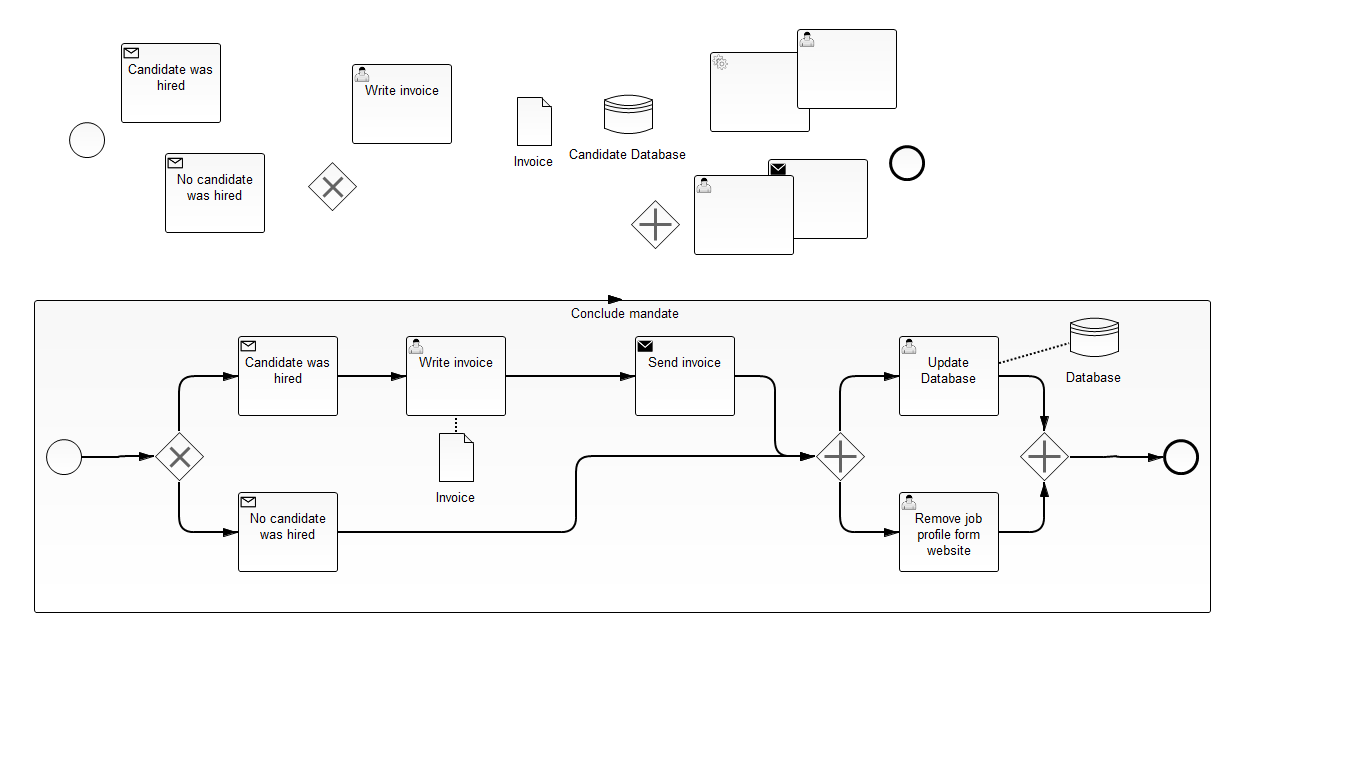
Above: src/main/resources/conclude_mandate.png in SandraLe/WEPLACM (BPMN), before the change. Its source is kept beside it as src/main/resources/conclude_mandate.bpmn. Ids are renumbered.
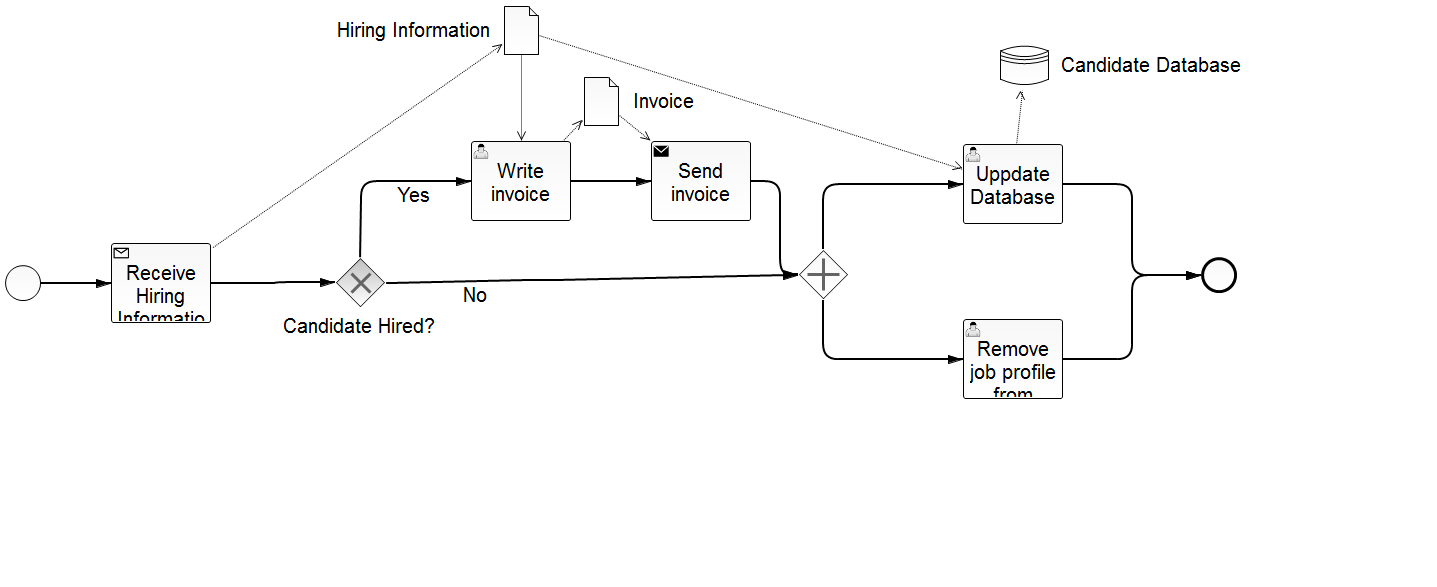
After the change.

Commit message:
- conclude mandate update

What changed in the source:
```diff
@@ -1,41 +1,26 @@
 <bpmn2:definitions xmlns:xsi="http://www.w3.org/2001/XMLSchema-instance" xmlns:bpmn2="http://www.omg.org/spec/BPMN/20100524/MODEL" xmlns:bpmndi="http://www.omg.org/spec/BPMN/20100524/DI" xmlns:dc="http://www.omg.org/spec/DD/20100524/DC" xmlns:di="http://www.omg.org/spec/DD/20100524/DI" xsi:schemaLocation="http://www.omg.org/spec/BPMN/20100524/MODEL BPMN20.xsd" id="_xKuWcAk-EeWftNyabiApZA" exporter="camunda modeler" exporterVersion="2.7.0" targetNamespace="http://activiti.org/bpmn">
   <bpmn2:process id="conclude_mandate" isExecutable="true">
     <bpmn2:dataObject id="DataObject_2" name="Data Object 2"/>
-    <bpmn2:dataStoreReference id="_DataStoreReference_4" name="Candidate Database" dataStoreRef="DataStore_2"/>
-    <bpmn2:receiveTask id="ReceiveTask_3" name="Candidate was hired">
-      <bpmn2:incoming>SequenceFlow_2</bpmn2:incoming>
-      <bpmn2:outgoing>SequenceFlow_4</bpmn2:outgoing>
-    </bpmn2:receiveTask>
-    <bpmn2:sequenceFlow id="SequenceFlow_4" name="" sourceRef="ReceiveTask_3" targetRef="UserTask_4"/>
+    <bpmn2:dataStoreReference id="CandidateDatabaseReference" name="Candidate Database" dataStoreRef="DataStore_2"/>
     <bpmn2:userTask id="UserTask_4" name="Write invoice">
-      <bpmn2:incoming>SequenceFlow_4</bpmn2:incoming>
+      <bpmn2:incoming>SequenceFlow_9</bpmn2:incoming>
       <bpmn2:outgoing>SequenceFlow_6</bpmn2:outgoing>
+      <bpmn2:dataInputAssociation id="DataInputAssociation_2">
+        <bpmn2:sourceRef>HiringInformationReference</bpmn2:sourceRef>
+      </bpmn2:dataInputAssociation>
       <bpmn2:dataOutputAssociation id="DataOutputAssociation_1">
-        <bpmn2:targetRef>DataObjectReference_2</bpmn2:targetRef>
+        <bpmn2:targetRef>InvoiceReverence</bpmn2:targetRef>
       </bpmn2:dataOutputAssociation>
     </bpmn2:userTask>
     <bpmn2:sequenceFlow id="SequenceFlow_6" name="" sourceRef="UserTask_4" targetRef="SendTask_2"/>
     <bpmn2:sendTask id="SendTask_2" name="Send invoice">
       <bpmn2:incoming>SequenceFlow_6</bpmn2:incoming>
       <bpmn2:outgoing>SequenceFlow_12</bpmn2:outgoing>
+      <bpmn2:dataInputAssociation id="DataInputAssociation_1">
+        <bpmn2:sourceRef>InvoiceReverence</bpmn2:sourceRef>
+      </bpmn2:dataInputAssociation>
     </bpmn2:sendTask>
     <bpmn2:sequenceFlow id="SequenceFlow_12" name="" sourceRef="SendTask_2" targetRef="ParallelGateway_3"/>
-    <bpmn2:startEvent id="StartEvent_2">
-      <bpmn2:outgoing>SequenceFlow_1</bpmn2:outgoing>
-    </bpmn2:startEvent>
-    <bpmn2:sequenceFlow id="SequenceFlow_1" name="" sourceRef="StartEvent_2" targetRef="ExclusiveGateway_2"/>
-    <bpmn2:receiveTask id="ReceiveTask_4" name="No candidate was hired">
-      <bpmn2:incoming>SequenceFlow_3</bpmn2:incoming>
-      <bpmn2:outgoing>SequenceFlow_5</bpmn2:outgoing>
-    </bpmn2:receiveTask>
-    <bpmn2:sequenceFlow id="SequenceFlow_5" name="" sourceRef="ReceiveTask_4" targetRef="ParallelGateway_3"/>
-    <bpmn2:exclusiveGateway id="ExclusiveGateway_2">
-      <bpmn2:incoming>SequenceFlow_1</bpmn2:incoming>
-      <bpmn2:outgoing>SequenceFlow_2</bpmn2:outgoing>
-      <bpmn2:outgoing>SequenceFlow_3</bpmn2:outgoing>
-    </bpmn2:exclusiveGateway>
-    <bpmn2:sequenceFlow id="SequenceFlow_2" name="" sourceRef="ExclusiveGateway_2" targetRef="ReceiveTask_3"/>
-    <bpmn2:sequenceFlow id="SequenceFlow_3" name="" sourceRef="ExclusiveGateway_2" targetRef="ReceiveTask_4"/>
     <bpmn2:endEvent id="EndEvent_2">
       <bpmn2:incoming>SequenceFlow_24</bpmn2:incoming>
       <bpmn2:incoming>SequenceFlow_25</bpmn2:incoming>
@@ -48,45 +33,63 @@
     <bpmn2:userTask id="UserTask_6" name="Uppdate Database">
       <bpmn2:incoming>SequenceFlow_22</bpmn2:incoming>
       <bpmn2:outgoing>SequenceFlow_25</bpmn2:outgoing>
+      <bpmn2:dataInputAssociation id="DataInputAssociation_3">
+        <bpmn2:sourceRef>HiringInformationReference</bpmn2:sourceRef>
+      </bpmn2:dataInputAssociation>
       <bpmn2:dataOutputAssociation id="DataOutputAssociation_2">
-        <bpmn2:targetRef>_DataStoreReference_4</bpmn2:targetRef>
+        <bpmn2:targetRef>CandidateDatabaseReference</bpmn2:targetRef>
       </bpmn2:dataOutputAssociation>
     </bpmn2:userTask>
     <bpmn2:sequenceFlow id="SequenceFlow_25" name="" sourceRef="UserTask_6" targetRef="EndEvent_2"/>
     <bpmn2:parallelGateway id="ParallelGateway_3">
-      <bpmn2:incoming>SequenceFlow_5</bpmn2:incoming>
       <bpmn2:incoming>SequenceFlow_12</bpmn2:incoming>
+      <bpmn2:incoming>SequenceFlow_10</bpmn2:incoming>
       <bpmn2:outgoing>SequenceFlow_22</bpmn2:outgoing>
       <bpmn2:outgoing>SequenceFlow_23</bpmn2:outgoing>
     </bpmn2:parallelGateway>
     <bpmn2:sequenceFlow id="SequenceFlow_22" name="" sourceRef="ParallelGateway_3" targetRef="UserTask_6"/>
     <bpmn2:sequenceFlow id="SequenceFlow_23" name="" sourceRef="ParallelGateway_3" targetRef="UserTask_5"/>
-    <bpmn2:dataObjectReference id="DataObjectReference_2" name="Invoice" dataObjectRef="DataObject_2"/>
+    <bpmn2:dataObject id="DataObject_1" name="Data Object 1"/>
+    <bpmn2:dataObjectReference id="InvoiceReverence" name="Invoice" dataObjectRef="DataObject_2"/>
+    <bpmn2:dataObjectReference id="HiringInformationReference" name="Hiring Information" dataObjectRef="DataObject_1"/>
+    <bpmn2:receiveTask id="ReceiveTask_1" name="Receive Hiring Information">
+      <bpmn2:incoming>SequenceFlow_7</bpmn2:incoming>
+      <bpmn2:outgoing>SequenceFlow_8</bpmn2:outgoing>
+      <bpmn2:dataOutputAssociation id="DataOutputAssociation_3">
+        <bpmn2:targetRef>HiringInformationReference</bpmn2:targetRef>
+      </bpmn2:dataOutputAssociation>
+    </bpmn2:receiveTask>
+    <bpmn2:sequenceFlow id="SequenceFlow_8" name="" sourceRef="ReceiveTask_1" targetRef="ExclusiveGateway_1"/>
+    <bpmn2:startEvent id="StartEvent_2">
+      <bpmn2:outgoing>SequenceFlow_7</bpmn2:outgoing>
+    </bpmn2:startEvent>
+    <bpmn2:sequenceFlow id="SequenceFlow_7" name="" sourceRef="StartEvent_2" targetRef="ReceiveTask_1"/>
+    <bpmn2:exclusiveGateway id="ExclusiveGateway_1" name="Candidate Hired?">
+      <bpmn2:incoming>SequenceFlow_8</bpmn2:incoming>
+      <bpmn2:outgoing>SequenceFlow_9</bpmn2:outgoing>
+      <bpmn2:outgoing>SequenceFlow_10</bpmn2:outgoing>
+    </bpmn2:exclusiveGateway>
+    <bpmn2:sequenceFlow id="SequenceFlow_9" name="Yes" sourceRef="ExclusiveGateway_1" targetRef="UserTask_4"/>
+    <bpmn2:sequenceFlow id="SequenceFlow_10" name="No" sourceRef="ExclusiveGateway_1" targetRef="ParallelGateway_3"/>
   </bpmn2:process>
   <bpmn2:dataStore id="DataStore_1" name="Data Store 1"/>
   <bpmn2:dataStore id="DataStore_2" name="Data Store 2"/>
   <bpmndi:BPMNDiagram id="BPMNDiagram_1">
     <bpmndi:BPMNPlane id="BPMNPlane_1" bpmnElement="Process_1">
-      <bpmndi:BPMNShape id="_BPMNShape_DataObjectReference_6" bpmnElement="DataObjectReference_2">
-        <dc:Bounds height="50.0" width="36.0" x="500.0" y="50.0"/>
+      <bpmndi:BPMNShape id="_BPMNShape_DataObjectReference_6" bpmnElement="InvoiceReverence">
+        <dc:Bounds height="50.0" width="36.0" x="580.0" y="72.0"/>
         <bpmndi:BPMNLabel>
-          <dc:Bounds height="22.0" width="45.0" x="540.0" y="64.0"/>
+          <dc:Bounds height="29.0" width="67.0" x="628.0" y="83.0"/>
         </bpmndi:BPMNLabel>
       </bpmndi:BPMNShape>
-      <bpmndi:BPMNShape id="_BPMNShape_DataStoreReference_6" bpmnElement="_DataStoreReference_4">
-        <dc:Bounds height="50.0" width="50.0" x="1032.0" y="36.0"/>
+      <bpmndi:BPMNShape id="_BPMNShape_DataStoreReference_6" bpmnElement="CandidateDatabaseReference">
+        <dc:Bounds height="50.0" width="50.0" x="996.0" y="36.0"/>
         <bpmndi:BPMNLabel>
-          <dc:Bounds height="22.0" width="123.0" x="1094.0" y="50.0"/>
+          <dc:Bounds height="29.0" width="186.0" x="1056.0" y="47.0"/>
         </bpmndi:BPMNLabel>
       </bpmndi:BPMNShape>
       <bpmndi:BPMNShape id="_BPMNShape_UserTask_12" bpmnElement="UserTask_4">
         <dc:Bounds height="80.0" width="100.0" x="468.0" y="137.0"/>
-      </bpmndi:BPMNShape>
-      <bpmndi:BPMNShape id="_BPMNShape_ReceiveTask_7" bpmnElement="ReceiveTask_3">
-        <dc:Bounds height="80.0" width="100.0" x="264.0" y="137.0"/>
-      </bpmndi:BPMNShape>
-      <bpmndi:BPMNShape id="_BPMNShape_ReceiveTask_8" bpmnElement="ReceiveTask_4">
-        <dc:Bounds height="80.0" width="100.0" x="264.0" y="312.0"/>
       </bpmndi:BPMNShape>
       <bpmndi:BPMNShape id="_BPMNShape_SendTask_7" bpmnElement="SendTask_2">
         <dc:Bounds height="80.0" width="100.0" x="648.0" y="137.0"/>
@@ -97,12 +100,6 @@
       <bpmndi:BPMNShape id="_BPMNShape_UserTask_14" bpmnElement="UserTask_6">
         <dc:Bounds height="80.0" width="100.0" x="960.0" y="140.0"/>
       </bpmndi:BPMNShape>
-      <bpmndi:BPMNShape id="_BPMNShape_ExclusiveGateway_6" bpmnElement="ExclusiveGateway_2" isMarkerVisible="true">
-        <dc:Bounds height="50.0" width="50.0" x="178.0" y="242.0"/>
-        <bpmndi:BPMNLabel>
-          <dc:Bounds height="0.0" width="0.0" x="203.0" y="297.0"/>
-        </bpmndi:BPMNLabel>
-      </bpmndi:BPMNShape>
       <bpmndi:BPMNShape id="_BPMNShape_ParallelGateway_6" bpmnElement="ParallelGateway_3">
         <dc:Bounds height="50.0" width="50.0" x="795.0" y="245.0"/>
         <bpmndi:BPMNLabel>
@@ -110,9 +107,9 @@
         </bpmndi:BPMNLabel>
       </bpmndi:BPMNShape>
       <bpmndi:BPMNShape id="_BPMNShape_StartEvent_12" bpmnElement="StartEvent_2">
-        <dc:Bounds height="36.0" width="36.0" x="47.0" y="250.0"/>
+        <dc:Bounds height="36.0" width="36.0" x="2.0" y="261.0"/>
         <bpmndi:BPMNLabel>
-          <dc:Bounds height="0.0" width="0.0" x="65.0" y="291.0"/>
+          <dc:Bounds height="0.0" width="0.0" x="20.0" y="302.0"/>
         </bpmndi:BPMNLabel>
       </bpmndi:BPMNShape>
       <bpmndi:BPMNShape id="_BPMNShape_EndEvent_17" bpmnElement="EndEvent_2">
@@ -121,48 +118,6 @@
           <dc:Bounds height="0.0" width="0.0" x="1216.0" y="294.0"/>
         </bpmndi:BPMNLabel>
       </bpmndi:BPMNShape>
-      <bpmndi:BPMNEdge id="BPMNEdge_SequenceFlow_1" bpmnElement="SequenceFlow_1" sourceElement="_BPMNShape_StartEvent_12" targetElement="_BPMNShape_ExclusiveGateway_6">
-        <di:waypoint xsi:type="dc:Point" x="83.0" y="268.0"/>
-        <di:waypoint xsi:type="dc:Point" x="130.0" y="268.0"/>
-        <di:waypoint xsi:type="dc:Point" x="130.0" y="267.0"/>
-        <di:waypoint xsi:type="dc:Point" x="178.0" y="267.0"/>
-        <bpmndi:BPMNLabel>
-          <dc:Bounds height="6.0" width="6.0" x="127.0" y="387.0"/>
-        </bpmndi:BPMNLabel>
-      </bpmndi:BPMNEdge>
-      <bpmndi:BPMNEdge id="BPMNEdge_SequenceFlow_2" bpmnElement="SequenceFlow_2" sourceElement="_BPMNShape_ExclusiveGateway_6" targetElement="_BPMNShape_ReceiveTask_7">
-        <di:waypoint xsi:type="dc:Point" x="203.0" y="242.0"/>
-        <di:waypoint xsi:type="dc:Point" x="203.0" y="177.0"/>
-        <di:waypoint xsi:type="dc:Point" x="264.0" y="177.0"/>
-        <bpmndi:BPMNLabel>
-          <dc:Bounds height="6.0" width="6.0" x="200.0" y="179.0"/>
-        </bpmndi:BPMNLabel>
-      </bpmndi:BPMNEdge>
-      <bpmndi:BPMNEdge id="BPMNEdge_SequenceFlow_3" bpmnElement="SequenceFlow_3" sourceElement="_BPMNShape_ExclusiveGateway_6" targetElement="_BPMNShape_ReceiveTask_8">
-        <di:waypoint xsi:type="dc:Point" x="203.0" y="292.0"/>
-        <di:waypoint xsi:type="dc:Point" x="203.0" y="352.0"/>
-        <di:waypoint xsi:type="dc:Point" x="264.0" y="352.0"/>
-        <bpmndi:BPMNLabel>
-          <dc:Bounds height="6.0" width="6.0" x="201.0" y="472.0"/>
-        </bpmndi:BPMNLabel>
-      </bpmndi:BPMNEdge>
-      <bpmndi:BPMNEdge id="BPMNEdge_SequenceFlow_4" bpmnElement="SequenceFlow_4" sourceElement="_BPMNShape_ReceiveTask_7" targetElement="_BPMNShape_UserTask_12">
-        <di:waypoint xsi:type="dc:Point" x="364.0" y="177.0"/>
-        <di:waypoint xsi:type="dc:Point" x="468.0" y="177.0"/>
-        <bpmndi:BPMNLabel>
-          <dc:Bounds height="6.0" width="6.0" x="413.0" y="177.0"/>
-        </bpmndi:BPMNLabel>
-      </bpmndi:BPMNEdge>
-      <bpmndi:BPMNEdge id="BPMNEdge_SequenceFlow_5" bpmnElement="SequenceFlow_5" sourceElement="_BPMNShape_ReceiveTask_8" targetElement="_BPMNShape_ParallelGateway_6">
-        <di:waypoint xsi:type="dc:Point" x="364.0" y="352.0"/>
-        <di:waypoint xsi:type="dc:Point" x="616.0" y="352.0"/>
-        <di:waypoint xsi:type="dc:Point" x="616.0" y="312.0"/>
-        <di:waypoint xsi:type="dc:Point" x="616.0" y="270.0"/>
-        <di:waypoint xsi:type="dc:Point" x="795.0" y="270.0"/>
-        <bpmndi:BPMNLabel>
-          <dc:Bounds height="6.0" width="6.0" x="498.0" y="352.0"/>
-        </bpmndi:BPMNLabel>
-      </bpmndi:BPMNEdge>
       <bpmndi:BPMNEdge id="BPMNEdge_SequenceFlow_6" bpmnElement="SequenceFlow_6" sourceElement="_BPMNShape_UserTask_12" targetElement="_BPMNShape_SendTask_7">
         <di:waypoint xsi:type="dc:Point" x="568.0" y="177.0"/>
         <di:waypoint xsi:type="dc:Point" x="648.0" y="177.0"/>
@@ -171,8 +126,8 @@
         </bpmndi:BPMNLabel>
       </bpmndi:BPMNEdge>
       <bpmndi:BPMNEdge id="BPMNEdge_DataOutputAssociation_1" bpmnElement="DataOutputAssociation_1" sourceElement="_BPMNShape_UserTask_12" targetElement="_BPMNShape_DataObjectReference_6">
-        <di:waypoint xsi:type="dc:Point" x="518.0" y="137.0"/>
-        <di:waypoint xsi:type="dc:Point" x="518.0" y="100.0"/>
+        <di:waypoint xsi:type="dc:Point" x="558.0" y="137.0"/>
+        <di:waypoint xsi:type="dc:Point" x="580.0" y="115.0"/>
       </bpmndi:BPMNEdge>
       <bpmndi:BPMNEdge id="BPMNEdge_SequenceFlow_12" bpmnElement="SequenceFlow_12" sourceElement="_BPMNShape_SendTask_7" targetElement="_BPMNShape_ParallelGateway_6">
         <di:waypoint xsi:type="dc:Point" x="748.0" y="177.0"/>
@@ -220,8 +175,72 @@
         </bpmndi:BPMNLabel>
       </bpmndi:BPMNEdge>
       <bpmndi:BPMNEdge id="BPMNEdge_DataOutputAssociation_2" bpmnElement="DataOutputAssociation_2" sourceElement="_BPMNShape_UserTask_14" targetElement="_BPMNShape_DataStoreReference_6">
-        <di:waypoint xsi:type="dc:Point" x="1026.0" y="140.0"/>
-        <di:waypoint xsi:type="dc:Point" x="1047.0" y="86.0"/>
+        <di:waypoint xsi:type="dc:Point" x="1014.0" y="140.0"/>
+        <di:waypoint xsi:type="dc:Point" x="1019.0" y="86.0"/>
+      </bpmndi:BPMNEdge>
+      <bpmndi:BPMNShape id="_BPMNShape_ReceiveTask_10" bpmnElement="ReceiveTask_1">
+        <dc:Bounds height="80.0" width="100.0" x="108.0" y="239.0"/>
+      </bpmndi:BPMNShape>
+      <bpmndi:BPMNEdge id="BPMNEdge_SequenceFlow_7" bpmnElement="SequenceFlow_7" sourceElement="_BPMNShape_StartEvent_12" targetElement="_BPMNShape_ReceiveTask_10">
+        <di:waypoint xsi:type="dc:Point" x="38.0" y="279.0"/>
+        <di:waypoint xsi:type="dc:Point" x="108.0" y="279.0"/>
+        <bpmndi:BPMNLabel>
+          <dc:Bounds height="6.0" width="6.0" x="71.0" y="279.0"/>
+        </bpmndi:BPMNLabel>
+      </bpmndi:BPMNEdge>
+      <bpmndi:BPMNShape id="_BPMNShape_ExclusiveGateway_8" bpmnElement="ExclusiveGateway_1" isMarkerVisible="true">
+        <dc:Bounds height="50.0" width="50.0" x="332.0" y="253.0"/>
+        <bpmndi:BPMNLabel>
+          <dc:Bounds height="29.0" width="158.0" x="278.0" y="308.0"/>
+        </bpmndi:BPMNLabel>
+      </bpmndi:BPMNShape>
+      <bpmndi:BPMNEdge id="BPMNEdge_SequenceFlow_8" bpmnElement="SequenceFlow_8" sourceElement="_BPMNShape_ReceiveTask_10" targetElement="_BPMNShape_ExclusiveGateway_8">
+        <di:waypoint xsi:type="dc:Point" x="208.0" y="279.0"/>
+        <di:waypoint xsi:type="dc:Point" x="271.0" y="279.0"/>
+        <di:waypoint xsi:type="dc:Point" x="271.0" y="278.0"/>
+        <di:waypoint xsi:type="dc:Point" x="332.0" y="278.0"/>
+        <bpmndi:BPMNLabel>
+          <dc:Bounds height="6.0" width="6.0" x="230.0" y="279.0"/>
+        </bpmndi:BPMNLabel>
+      </bpmndi:BPMNEdge>
+      <bpmndi:BPMNEdge id="BPMNEdge_SequenceFlow_9" bpmnElement="SequenceFlow_9" sourceElement="_BPMNShape_ExclusiveGateway_8" targetElement="_BPMNShape_UserTask_12">
+        <di:waypoint xsi:type="dc:Point" x="357.0" y="253.0"/>
+        <di:waypoint xsi:type="dc:Point" x="358.0" y="177.0"/>
+        <di:waypoint xsi:type="dc:Point" x="388.0" y="177.0"/>
+        <di:waypoint xsi:type="dc:Point" x="468.0" y="177.0"/>
+        <bpmndi:BPMNLabel>
+          <dc:Bounds height="29.0" width="41.0" x="391.0" y="177.0"/>
+        </bpmndi:BPMNLabel>
+      </bpmndi:BPMNEdge>
+      <bpmndi:BPMNEdge id="BPMNEdge_SequenceFlow_10" bpmnElement="SequenceFlow_10" sourceElement="_BPMNShape_ExclusiveGateway_8" targetElement="_BPMNShape_ParallelGateway_6">
+        <di:waypoint xsi:type="dc:Point" x="382.0" y="278.0"/>
+        <di:waypoint xsi:type="dc:Point" x="534.0" y="276.0"/>
+        <di:waypoint xsi:type="dc:Point" x="795.0" y="271.0"/>
+        <bpmndi:BPMNLabel>
+          <dc:Bounds height="29.0" width="30.0" x="458.0" y="277.0"/>
+        </bpmndi:BPMNLabel>
+      </bpmndi:BPMNEdge>
+      <bpmndi:BPMNEdge id="BPMNEdge_DataInputAssociation_1" bpmnElement="DataInputAssociation_1" sourceElement="_BPMNShape_DataObjectReference_6" targetElement="_BPMNShape_SendTask_7">
+        <di:waypoint xsi:type="dc:Point" x="616.0" y="111.0"/>
+        <di:waypoint xsi:type="dc:Point" x="648.0" y="137.0"/>
+      </bpmndi:BPMNEdge>
+      <bpmndi:BPMNShape id="_BPMNShape_DataObjectReference_13" bpmnElement="HiringInformationReference">
+        <dc:Bounds height="50.0" width="36.0" x="500.0" y="1.0"/>
+        <bpmndi:BPMNLabel>
+          <dc:Bounds height="29.0" width="159.0" x="332.0" y="12.0"/>
+        </bpmndi:BPMNLabel>
+      </bpmndi:BPMNShape>
+      <bpmndi:BPMNEdge id="BPMNEdge_DataInputAssociation_2" bpmnElement="DataInputAssociation_2" sourceElement="_BPMNShape_DataObjectReference_13" targetElement="_BPMNShape_UserTask_12">
+        <di:waypoint xsi:type="dc:Point" x="518.0" y="51.0"/>
+        <di:waypoint xsi:type="dc:Point" x="518.0" y="137.0"/>
+      </bpmndi:BPMNEdge>
+      <bpmndi:BPMNEdge id="BPMNEdge_DataOutputAssociation_3" bpmnElement="DataOutputAssociation_3" sourceElement="_BPMNShape_ReceiveTask_10" targetElement="_BPMNShape_DataObjectReference_13">
+        <di:waypoint xsi:type="dc:Point" x="208.0" y="244.0"/>
+        <di:waypoint xsi:type="dc:Point" x="500.0" y="39.0"/>
+      </bpmndi:BPMNEdge>
+      <bpmndi:BPMNEdge id="BPMNEdge_DataInputAssociation_3" bpmnElement="DataInputAssociation_3" sourceElement="_BPMNShape_DataObjectReference_13" targetElement="_BPMNShape_UserTask_14">
+        <di:waypoint xsi:type="dc:Point" x="536.0" y="32.0"/>
+        <di:waypoint xsi:type="dc:Point" x="960.0" y="164.0"/>
       </bpmndi:BPMNEdge>
     </bpmndi:BPMNPlane>
   </bpmndi:BPMNDiagram>
```
